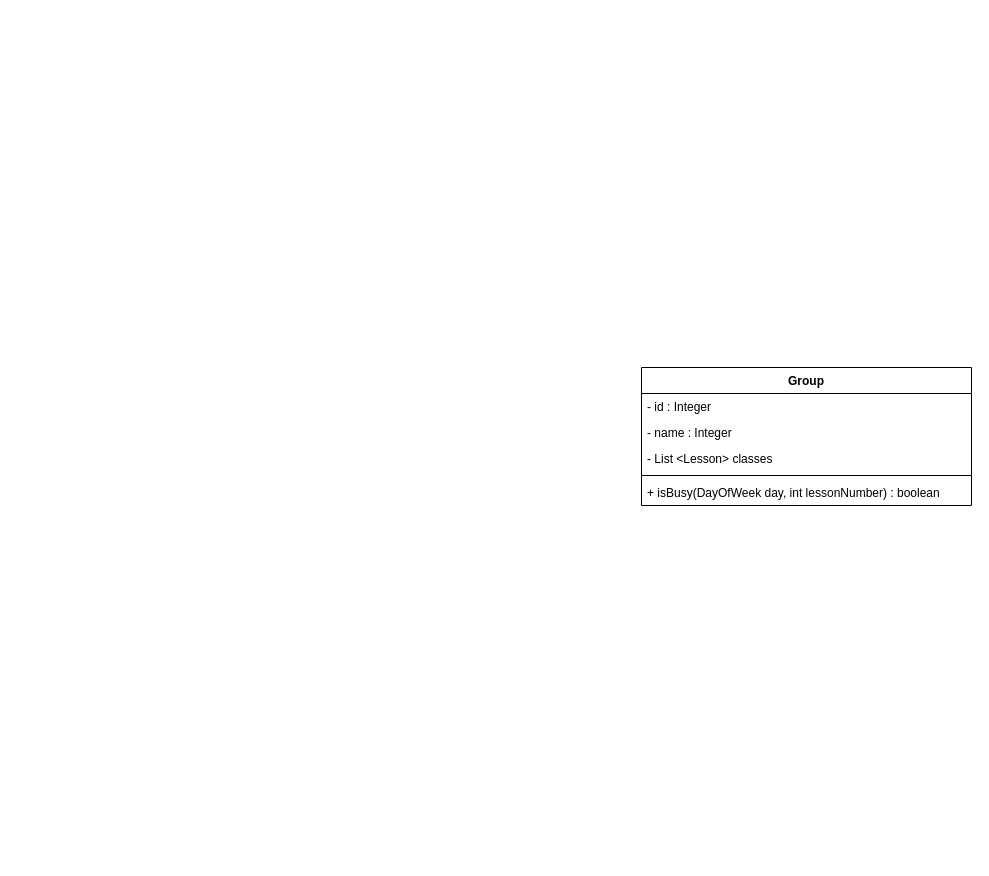
Earlier version of the draw.io diagram page "Class Diagram" (2 of 2) of doc/time-table.drawio (Ahiru8B/time-table). Source tidied: cells renumbered, new cells numbered last; positions are measured from the earlier drawing's top-left corner, leaving out a move shared by most shapes. Both pictures are drawn from the tidied source at 100%, with x=0, y=0 at pixel (641, 367).
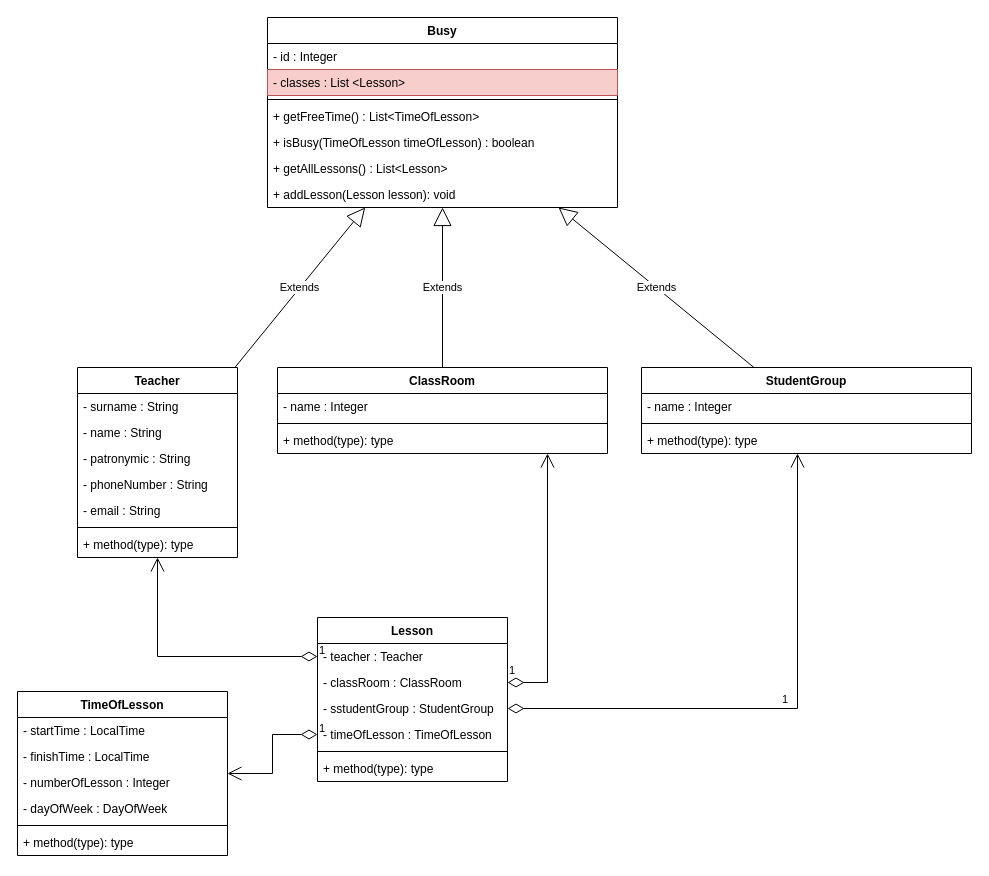
The same diagram, later.

Commit message:
Добавил Диаграмму классов.drawio

What changed in the source:
```diff
@@
-    <mxCell id="2" value="Group" style="swimlane;fontStyle=1;align=center;verticalAlign=top;horizontal=1;startSize=26;whiteSpace=wrap;html=1;" parent="1" vertex="1">
-      <mxGeometry width="330" height="138" as="geometry" />
+    <mxCell id="2" value="StudentGroup" style="swimlane;fontStyle=1;align=center;verticalAlign=top;horizontal=1;startSize=26;whiteSpace=wrap;html=1;" parent="1" vertex="1">
+      <mxGeometry width="330" height="86" as="geometry" />
     </mxCell>
+    <mxCell id="4" value="- name : Integer" style="text;strokeColor=none;fillColor=none;align=left;verticalAlign=top;spacingLeft=4;spacingRight=4;overflow=hidden;whiteSpace=wrap;html=1;" parent="2" vertex="1">
+      <mxGeometry y="26" width="330" height="26" as="geometry" />
+    </mxCell>
+    <mxCell id="6" style="line;strokeWidth=1;fillColor=none;align=left;verticalAlign=middle;spacingTop=-1;spacingLeft=3;spacingRight=3;labelPosition=right;strokeColor=inherit;" parent="2" vertex="1">
+      <mxGeometry y="52" width="330" height="8" as="geometry" />
+    </mxCell>
+    <mxCell id="8" value="+ method(type): type" style="text;strokeColor=none;fillColor=none;align=left;verticalAlign=top;spacingLeft=4;spacingRight=4;overflow=hidden;whiteSpace=wrap;html=1;" parent="2" vertex="1">
+      <mxGeometry y="60" width="330" height="26" as="geometry" />
+    </mxCell>
+    <mxCell id="9" value="Busy" style="swimlane;fontStyle=1;align=center;verticalAlign=top;horizontal=1;startSize=26;whiteSpace=wrap;html=1;" parent="1" vertex="1">
+      <mxGeometry x="-374" y="-350" width="350" height="190" as="geometry" />
+    </mxCell>
-    <mxCell id="3" value="- id : Integer" style="text;strokeColor=none;fillColor=none;align=left;verticalAlign=top;spacingLeft=4;spacingRight=4;overflow=hidden;whiteSpace=wrap;html=1;" parent="2" vertex="1">
-      <mxGeometry y="26" width="330" height="26" as="geometry" />
+    <mxCell id="3" value="- id : Integer" style="text;strokeColor=none;fillColor=none;align=left;verticalAlign=top;spacingLeft=4;spacingRight=4;overflow=hidden;whiteSpace=wrap;html=1;" parent="9" vertex="1">
+      <mxGeometry y="26" width="350" height="26" as="geometry" />
     </mxCell>
-    <mxCell id="4" value="- name : Integer" style="text;strokeColor=none;fillColor=none;align=left;verticalAlign=top;spacingLeft=4;spacingRight=4;overflow=hidden;whiteSpace=wrap;html=1;" parent="2" vertex="1">
-      <mxGeometry y="52" width="330" height="26" as="geometry" />
-    </mxCell>
-    <mxCell id="5" value="- List &amp;lt;Lesson&amp;gt; classes" style="text;strokeColor=none;fillColor=none;align=left;verticalAlign=top;spacingLeft=4;spacingRight=4;overflow=hidden;whiteSpace=wrap;html=1;" parent="2" vertex="1">
-      <mxGeometry y="78" width="330" height="26" as="geometry" />
+    <mxCell id="5" value="- classes : List &amp;lt;Lesson&amp;gt; " style="text;strokeColor=#b85450;fillColor=#f8cecc;align=left;verticalAlign=top;spacingLeft=4;spacingRight=4;overflow=hidden;whiteSpace=wrap;html=1;" parent="9" vertex="1">
+      <mxGeometry y="52" width="350" height="26" as="geometry" />
     </mxCell>
-    <mxCell id="6" style="line;strokeWidth=1;fillColor=none;align=left;verticalAlign=middle;spacingTop=-1;spacingLeft=3;spacingRight=3;labelPosition=right;strokeColor=inherit;" parent="2" vertex="1">
-      <mxGeometry y="104" width="330" height="8" as="geometry" />
-    </mxCell>
+    <mxCell id="10" style="line;strokeWidth=1;fillColor=none;align=left;verticalAlign=middle;spacingTop=-1;spacingLeft=3;spacingRight=3;labelPosition=right;strokeColor=inherit;" parent="9" vertex="1">
+      <mxGeometry y="78" width="350" height="8" as="geometry" />
+    </mxCell>
+    <mxCell id="11" value="+ getFreeTime() : List&amp;lt;TimeOfLesson&amp;gt;" style="text;strokeColor=none;fillColor=none;align=left;verticalAlign=top;spacingLeft=4;spacingRight=4;overflow=hidden;whiteSpace=wrap;html=1;" parent="9" vertex="1">
+      <mxGeometry y="86" width="350" height="26" as="geometry" />
+    </mxCell>
-    <mxCell id="7" value="+ isBusy(DayOfWeek day, int lessonNumber) : boolean" style="text;strokeColor=none;fillColor=none;align=left;verticalAlign=top;spacingLeft=4;spacingRight=4;overflow=hidden;whiteSpace=wrap;html=1;" parent="2" vertex="1">
-      <mxGeometry y="112" width="330" height="26" as="geometry" />
+    <mxCell id="7" value="+ isBusy(TimeOfLesson timeOfLesson) : boolean" style="text;strokeColor=none;fillColor=none;align=left;verticalAlign=top;spacingLeft=4;spacingRight=4;overflow=hidden;whiteSpace=wrap;html=1;" parent="9" vertex="1">
+      <mxGeometry y="112" width="350" height="26" as="geometry" />
     </mxCell>
+    <mxCell id="12" value="+ getAllLessons() : List&amp;lt;Lesson&amp;gt;" style="text;strokeColor=none;fillColor=none;align=left;verticalAlign=top;spacingLeft=4;spacingRight=4;overflow=hidden;whiteSpace=wrap;html=1;" parent="9" vertex="1">
+      <mxGeometry y="138" width="350" height="26" as="geometry" />
+    </mxCell>
+    <mxCell id="13" value="+ addLesson(Lesson lesson): void" style="text;strokeColor=none;fillColor=none;align=left;verticalAlign=top;spacingLeft=4;spacingRight=4;overflow=hidden;whiteSpace=wrap;html=1;" parent="9" vertex="1">
+      <mxGeometry y="164" width="350" height="26" as="geometry" />
+    </mxCell>
+    <mxCell id="14" value="ClassRoom" style="swimlane;fontStyle=1;align=center;verticalAlign=top;horizontal=1;startSize=26;whiteSpace=wrap;html=1;" parent="1" vertex="1">
+      <mxGeometry x="-364" width="330" height="86" as="geometry" />
+    </mxCell>
+    <mxCell id="15" value="- name : Integer" style="text;strokeColor=none;fillColor=none;align=left;verticalAlign=top;spacingLeft=4;spacingRight=4;overflow=hidden;whiteSpace=wrap;html=1;" parent="14" vertex="1">
+      <mxGeometry y="26" width="330" height="26" as="geometry" />
+    </mxCell>
+    <mxCell id="16" style="line;strokeWidth=1;fillColor=none;align=left;verticalAlign=middle;spacingTop=-1;spacingLeft=3;spacingRight=3;labelPosition=right;strokeColor=inherit;" parent="14" vertex="1">
+      <mxGeometry y="52" width="330" height="8" as="geometry" />
+    </mxCell>
+    <mxCell id="17" value="+ method(type): type" style="text;strokeColor=none;fillColor=none;align=left;verticalAlign=top;spacingLeft=4;spacingRight=4;overflow=hidden;whiteSpace=wrap;html=1;" parent="14" vertex="1">
+      <mxGeometry y="60" width="330" height="26" as="geometry" />
+    </mxCell>
+    <mxCell id="18" value="Teacher" style="swimlane;fontStyle=1;align=center;verticalAlign=top;horizontal=1;startSize=26;whiteSpace=wrap;html=1;" parent="1" vertex="1">
+      <mxGeometry x="-564" width="160" height="190" as="geometry" />
+    </mxCell>
+    <mxCell id="19" value="&lt;div&gt;- surname : String&lt;br&gt;&lt;/div&gt;" style="text;strokeColor=none;fillColor=none;align=left;verticalAlign=top;spacingLeft=4;spacingRight=4;overflow=hidden;whiteSpace=wrap;html=1;" parent="18" vertex="1">
+      <mxGeometry y="26" width="160" height="26" as="geometry" />
+    </mxCell>
+    <mxCell id="20" value="- name : String" style="text;strokeColor=none;fillColor=none;align=left;verticalAlign=top;spacingLeft=4;spacingRight=4;overflow=hidden;whiteSpace=wrap;html=1;" parent="18" vertex="1">
+      <mxGeometry y="52" width="160" height="26" as="geometry" />
+    </mxCell>
+    <mxCell id="21" value="- patronymic : String" style="text;strokeColor=none;fillColor=none;align=left;verticalAlign=top;spacingLeft=4;spacingRight=4;overflow=hidden;whiteSpace=wrap;html=1;" parent="18" vertex="1">
+      <mxGeometry y="78" width="160" height="26" as="geometry" />
+    </mxCell>
+    <mxCell id="22" value="- phoneNumber : String" style="text;strokeColor=none;fillColor=none;align=left;verticalAlign=top;spacingLeft=4;spacingRight=4;overflow=hidden;whiteSpace=wrap;html=1;" parent="18" vertex="1">
+      <mxGeometry y="104" width="160" height="26" as="geometry" />
+    </mxCell>
+    <mxCell id="23" value="- email : String" style="text;strokeColor=none;fillColor=none;align=left;verticalAlign=top;spacingLeft=4;spacingRight=4;overflow=hidden;whiteSpace=wrap;html=1;" parent="18" vertex="1">
+      <mxGeometry y="130" width="160" height="26" as="geometry" />
+    </mxCell>
+    <mxCell id="24" style="line;strokeWidth=1;fillColor=none;align=left;verticalAlign=middle;spacingTop=-1;spacingLeft=3;spacingRight=3;labelPosition=right;strokeColor=inherit;" parent="18" vertex="1">
+      <mxGeometry y="156" width="160" height="8" as="geometry" />
+    </mxCell>
+    <mxCell id="25" value="+ method(type): type" style="text;strokeColor=none;fillColor=none;align=left;verticalAlign=top;spacingLeft=4;spacingRight=4;overflow=hidden;whiteSpace=wrap;html=1;" parent="18" vertex="1">
+      <mxGeometry y="164" width="160" height="26" as="geometry" />
+    </mxCell>
+    <mxCell id="26" value="Extends" style="endArrow=block;endSize=16;endFill=0;html=1;rounded=0;" parent="1" edge="1" source="18" target="9">
+      <mxGeometry relative="1" as="geometry" />
+    </mxCell>
+    <mxCell id="27" value="Extends" style="endArrow=block;endSize=16;endFill=0;html=1;rounded=0;" parent="1" edge="1" source="14" target="9">
+      <mxGeometry relative="1" as="geometry" />
+    </mxCell>
+    <mxCell id="28" value="Extends" style="endArrow=block;endSize=16;endFill=0;html=1;rounded=0;" parent="1" edge="1" source="2" target="9">
+      <mxGeometry relative="1" as="geometry" />
+    </mxCell>
+    <mxCell id="29" value="Lesson" style="swimlane;fontStyle=1;align=center;verticalAlign=top;horizontal=1;startSize=26;whiteSpace=wrap;html=1;" parent="1" vertex="1">
+      <mxGeometry x="-324" y="250" width="190" height="164" as="geometry" />
+    </mxCell>
+    <mxCell id="30" value="- teacher : Teacher" style="text;strokeColor=none;fillColor=none;align=left;verticalAlign=top;spacingLeft=4;spacingRight=4;overflow=hidden;points=[[0,0.5],[1,0.5]];portConstraint=eastwest;whiteSpace=wrap;html=1;" parent="29" vertex="1">
+      <mxGeometry y="26" width="190" height="26" as="geometry" />
+    </mxCell>
+    <mxCell id="31" value="- classRoom : ClassRoom" style="text;strokeColor=none;fillColor=none;align=left;verticalAlign=top;spacingLeft=4;spacingRight=4;overflow=hidden;points=[[0,0.5],[1,0.5]];portConstraint=eastwest;whiteSpace=wrap;html=1;" parent="29" vertex="1">
+      <mxGeometry y="52" width="190" height="26" as="geometry" />
+    </mxCell>
+    <mxCell id="32" value="- sstudentGroup : StudentGroup" style="text;strokeColor=none;fillColor=none;align=left;verticalAlign=top;spacingLeft=4;spacingRight=4;overflow=hidden;points=[[0,0.5],[1,0.5]];portConstraint=eastwest;whiteSpace=wrap;html=1;" parent="29" vertex="1">
+      <mxGeometry y="78" width="190" height="26" as="geometry" />
+    </mxCell>
+    <mxCell id="33" value="- timeOfLesson : TimeOfLesson" style="text;strokeColor=none;fillColor=none;align=left;verticalAlign=top;spacingLeft=4;spacingRight=4;overflow=hidden;points=[[0,0.5],[1,0.5]];portConstraint=eastwest;whiteSpace=wrap;html=1;" parent="29" vertex="1">
+      <mxGeometry y="104" width="190" height="26" as="geometry" />
+    </mxCell>
+    <mxCell id="34" style="line;strokeWidth=1;fillColor=none;align=left;verticalAlign=middle;spacingTop=-1;spacingLeft=3;spacingRight=3;labelPosition=right;strokeColor=inherit;" parent="29" vertex="1">
+      <mxGeometry y="130" width="190" height="8" as="geometry" />
+    </mxCell>
+    <mxCell id="35" value="+ method(type): type" style="text;strokeColor=none;fillColor=none;align=left;verticalAlign=top;spacingLeft=4;spacingRight=4;overflow=hidden;whiteSpace=wrap;html=1;" parent="29" vertex="1">
+      <mxGeometry y="138" width="190" height="26" as="geometry" />
+    </mxCell>
+    <mxCell id="36" value="TimeOfLesson" style="swimlane;fontStyle=1;align=center;verticalAlign=top;horizontal=1;startSize=26;whiteSpace=wrap;html=1;" parent="1" vertex="1">
+      <mxGeometry x="-624" y="324" width="210" height="164" as="geometry" />
+    </mxCell>
+    <mxCell id="37" value="- startTime : LocalTime" style="text;strokeColor=none;fillColor=none;align=left;verticalAlign=top;spacingLeft=4;spacingRight=4;overflow=hidden;whiteSpace=wrap;html=1;" parent="36" vertex="1">
+      <mxGeometry y="26" width="210" height="26" as="geometry" />
+    </mxCell>
+    <mxCell id="38" value="- finishTime : LocalTime" style="text;strokeColor=none;fillColor=none;align=left;verticalAlign=top;spacingLeft=4;spacingRight=4;overflow=hidden;whiteSpace=wrap;html=1;" parent="36" vertex="1">
+      <mxGeometry y="52" width="210" height="26" as="geometry" />
+    </mxCell>
+    <mxCell id="39" value="&lt;div&gt;- numberOfLesson : Integer&lt;/div&gt;" style="text;strokeColor=none;fillColor=none;align=left;verticalAlign=top;spacingLeft=4;spacingRight=4;overflow=hidden;whiteSpace=wrap;html=1;" parent="36" vertex="1">
+      <mxGeometry y="78" width="210" height="26" as="geometry" />
+    </mxCell>
+    <mxCell id="40" value="- dayOfWeek : DayOfWeek" style="text;strokeColor=none;fillColor=none;align=left;verticalAlign=top;spacingLeft=4;spacingRight=4;overflow=hidden;whiteSpace=wrap;html=1;" parent="36" vertex="1">
+      <mxGeometry y="104" width="210" height="26" as="geometry" />
+    </mxCell>
+    <mxCell id="41" style="line;strokeWidth=1;fillColor=none;align=left;verticalAlign=middle;spacingTop=-1;spacingLeft=3;spacingRight=3;labelPosition=right;strokeColor=inherit;" parent="36" vertex="1">
+      <mxGeometry y="130" width="210" height="8" as="geometry" />
+    </mxCell>
+    <mxCell id="42" value="+ method(type): type" style="text;strokeColor=none;fillColor=none;align=left;verticalAlign=top;spacingLeft=4;spacingRight=4;overflow=hidden;whiteSpace=wrap;html=1;" parent="36" vertex="1">
+      <mxGeometry y="138" width="210" height="26" as="geometry" />
+    </mxCell>
+    <mxCell id="43" value="1" style="endArrow=open;html=1;endSize=12;startArrow=diamondThin;startSize=14;startFill=0;edgeStyle=orthogonalEdgeStyle;align=left;verticalAlign=bottom;rounded=0;" parent="1" edge="1" source="30" target="18">
+      <mxGeometry x="-1" y="3" relative="1" as="geometry" />
+    </mxCell>
+    <mxCell id="44" value="1" style="endArrow=open;html=1;endSize=12;startArrow=diamondThin;startSize=14;startFill=0;edgeStyle=orthogonalEdgeStyle;align=left;verticalAlign=bottom;rounded=0;exitX=1;exitY=0.5;exitDx=0;exitDy=0;" parent="1" edge="1" source="31" target="14">
+      <mxGeometry x="-1" y="3" relative="1" as="geometry">
+        <Array as="points">
+          <mxPoint x="-94" y="315" />
+        </Array>
+      </mxGeometry>
+    </mxCell>
+    <mxCell id="45" value="1" style="endArrow=open;html=1;endSize=12;startArrow=diamondThin;startSize=14;startFill=0;edgeStyle=orthogonalEdgeStyle;align=left;verticalAlign=bottom;rounded=0;exitX=1;exitY=0.5;exitDx=0;exitDy=0;" parent="1" edge="1" source="32" target="2">
+      <mxGeometry relative="1" as="geometry">
+        <Array as="points">
+          <mxPoint x="156" y="341" />
+        </Array>
+      </mxGeometry>
+    </mxCell>
+    <mxCell id="46" value="1" style="endArrow=open;html=1;endSize=12;startArrow=diamondThin;startSize=14;startFill=0;edgeStyle=orthogonalEdgeStyle;align=left;verticalAlign=bottom;rounded=0;exitX=0;exitY=0.5;exitDx=0;exitDy=0;" parent="1" edge="1" source="33" target="36">
+      <mxGeometry x="-1" y="3" relative="1" as="geometry" />
+    </mxCell>
```
